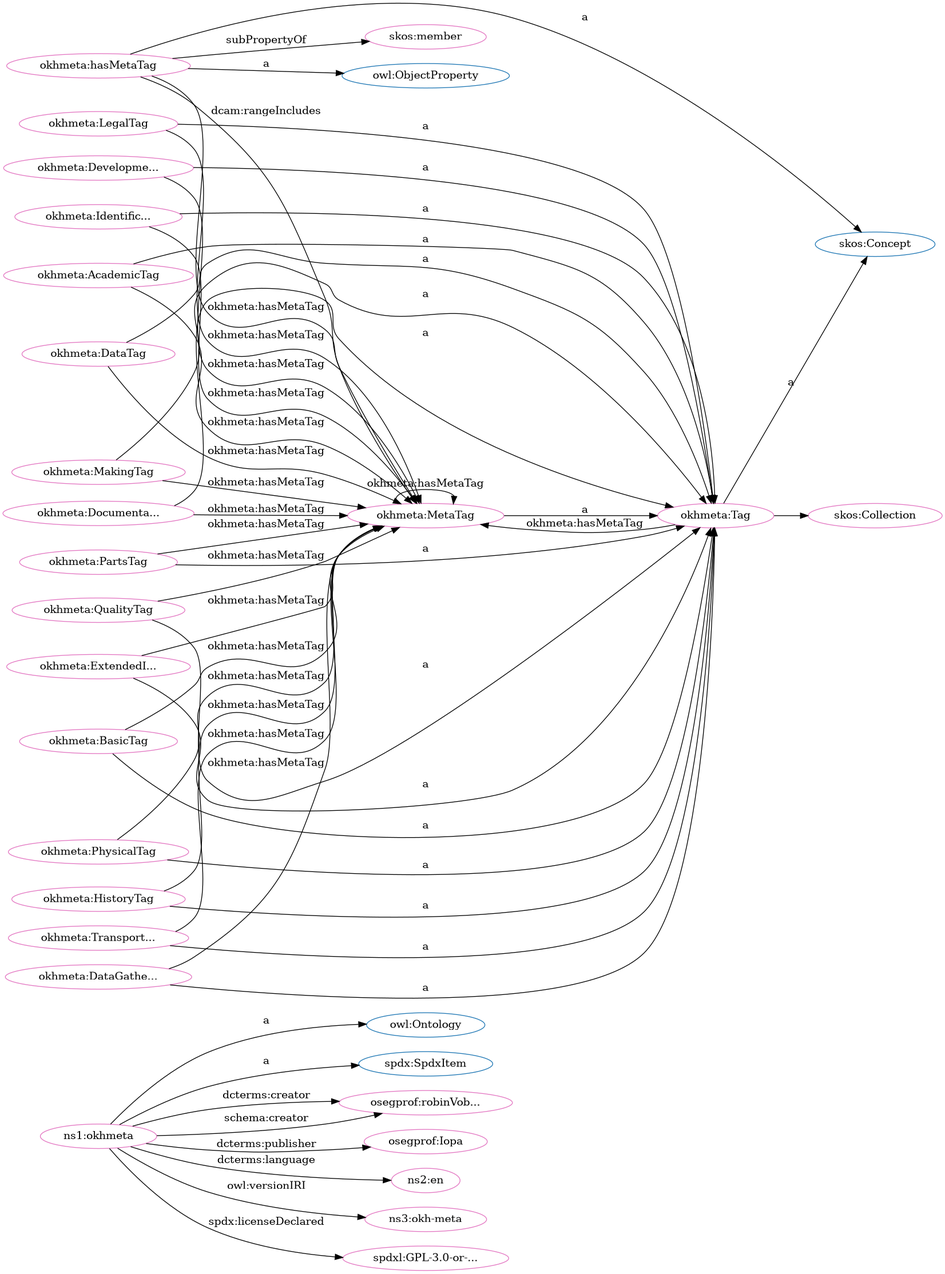
This is src/spec/dot_okh-meta.png from iop-alliance/OpenKnowHow, a Graphviz export, as it was before one commit. Its source is kept beside it as src/spec/dot_okh-meta.dot.
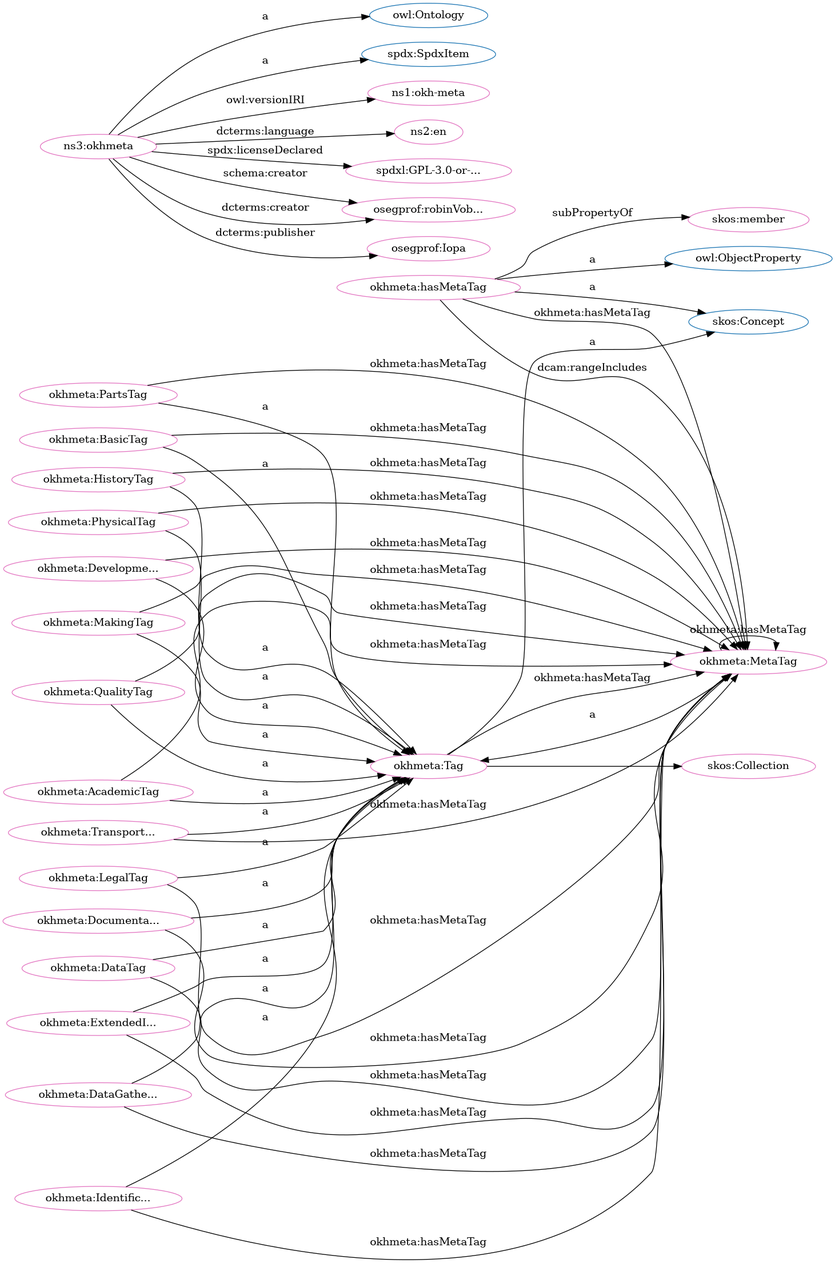
Later version of the same file.

The edit, as a diff of the source:
```diff
@@ -1,84 +1,84 @@
 digraph G {
   rankdir=BT
   node[height=.3]
+"http://www.w3.org/2004/02/skos/core#Collection" [fillcolor="#1f77b4" color="#1f77b4" label="skos:Collection"]
 "http://www.w3.org/2002/07/owl#Ontology" [fillcolor="#1f77b4" color="#1f77b4" label="owl:Ontology"]
+"http://spdx.org/rdf/terms#SpdxItem" [fillcolor="#1f77b4" color="#1f77b4" label="spdx:SpdxItem"]
 "http://www.w3.org/2002/07/owl#ObjectProperty" [fillcolor="#1f77b4" color="#1f77b4" label="owl:ObjectProperty"]
-"http://spdx.org/rdf/terms#SpdxItem" [fillcolor="#1f77b4" color="#1f77b4" label="spdx:SpdxItem"]
 "http://w3id.org/oseg/ont/okhmeta#Tag" [fillcolor="#1f77b4" color="#1f77b4" label="okhmeta:Tag"]
 "http://www.w3.org/2004/02/skos/core#Concept" [fillcolor="#1f77b4" color="#1f77b4" label="skos:Concept"]
-"http://www.w3.org/2004/02/skos/core#Collection" [fillcolor="#1f77b4" color="#1f77b4" label="skos:Collection"]
 "http://w3id.org/oseg/ont/okhmeta#MetaTag" [fillcolor="#e377c2" color="#e377c2" label="okhmeta:MetaTag"]
+"http://w3id.org/oseg/ont/okhmeta#hasMetaTag" [fillcolor="#e377c2" color="#e377c2" label="okhmeta:hasMetaTag"]
+"http://w3id.org/oseg/ont/okhmeta#DocumentationTag" [fillcolor="#e377c2" color="#e377c2" label="okhmeta:Documenta..."]
+"http://w3id.org/oseg/ont/okhmeta#HistoryTag" [fillcolor="#e377c2" color="#e377c2" label="okhmeta:HistoryTag"]
 "http://www.w3.org/2004/02/skos/core#member" [fillcolor="#e377c2" color="#e377c2" label="skos:member"]
+"http://w3id.org/oseg/ont/okhmeta#PartsTag" [fillcolor="#e377c2" color="#e377c2" label="okhmeta:PartsTag"]
+"http://w3id.org/oseg/ont/1.1.0/okh-meta" [fillcolor="#e377c2" color="#e377c2" label="ns1:okh-meta"]
+"http://w3id.org/oseg/ont/okhmeta#LegalTag" [fillcolor="#e377c2" color="#e377c2" label="okhmeta:LegalTag"]
+"http://w3id.org/oseg/ont/okhmeta#MakingTag" [fillcolor="#e377c2" color="#e377c2" label="okhmeta:MakingTag"]
+"http://w3id.org/oseg/ont/okhmeta#BasicTag" [fillcolor="#e377c2" color="#e377c2" label="okhmeta:BasicTag"]
+"http://w3id.org/oseg/ont/okhmeta#Tag" [fillcolor="#e377c2" color="#e377c2" label="okhmeta:Tag"]
+"http://id.loc.gov/vocabulary/iso639-1/en" [fillcolor="#e377c2" color="#e377c2" label="ns2:en"]
+"http://w3id.org/oseg/ont/okhmeta#DataGatheringTag" [fillcolor="#e377c2" color="#e377c2" label="okhmeta:DataGathe..."]
+"http://w3id.org/oseg/ont/okhmeta#TransportationTag" [fillcolor="#e377c2" color="#e377c2" label="okhmeta:Transport..."]
+"http://w3id.org/oseg/ont/okhmeta#IdentificationTag" [fillcolor="#e377c2" color="#e377c2" label="okhmeta:Identific..."]
+"http://w3id.org/oseg/ont/okhmeta#QualityTag" [fillcolor="#e377c2" color="#e377c2" label="okhmeta:QualityTag"]
+"http://w3id.org/oseg/ont/okhmeta" [fillcolor="#e377c2" color="#e377c2" label="ns3:okhmeta"]
+"http://spdx.org/licenses/GPL-3.0-or-later" [fillcolor="#e377c2" color="#e377c2" label="spdxl:GPL-3.0-or-..."]
+"http://w3id.org/oseg/ont/okhmeta#ExtendedInfoTag" [fillcolor="#e377c2" color="#e377c2" label="okhmeta:ExtendedI..."]
+"http://w3id.org/oseg/ont/oseg-profiles#robinVobruba" [fillcolor="#e377c2" color="#e377c2" label="osegprof:robinVob..."]
+"http://w3id.org/oseg/ont/okhmeta#AcademicTag" [fillcolor="#e377c2" color="#e377c2" label="okhmeta:AcademicTag"]
+"http://w3id.org/oseg/ont/okhmeta#DevelopmentTag" [fillcolor="#e377c2" color="#e377c2" label="okhmeta:Developme..."]
+"http://w3id.org/oseg/ont/oseg-profiles#Iopa" [fillcolor="#e377c2" color="#e377c2" label="osegprof:Iopa"]
+"http://w3id.org/oseg/ont/okhmeta#DataTag" [fillcolor="#e377c2" color="#e377c2" label="okhmeta:DataTag"]
 "http://www.w3.org/2004/02/skos/core#Collection" [fillcolor="#e377c2" color="#e377c2" label="skos:Collection"]
-"http://w3id.org/oseg/ont/okhmeta#Tag" [fillcolor="#e377c2" color="#e377c2" label="okhmeta:Tag"]
-"http://w3id.org/oseg/ont/okhmeta" [fillcolor="#e377c2" color="#e377c2" label="ns1:okhmeta"]
-"http://w3id.org/oseg/ont/okhmeta#PartsTag" [fillcolor="#e377c2" color="#e377c2" label="okhmeta:PartsTag"]
-"http://w3id.org/oseg/ont/okhmeta#hasMetaTag" [fillcolor="#e377c2" color="#e377c2" label="okhmeta:hasMetaTag"]
-"http://w3id.org/oseg/ont/oseg-profiles#robinVobruba" [fillcolor="#e377c2" color="#e377c2" label="osegprof:robinVob..."]
-"http://w3id.org/oseg/ont/okhmeta#DataGatheringTag" [fillcolor="#e377c2" color="#e377c2" label="okhmeta:DataGathe..."]
-"http://w3id.org/oseg/ont/okhmeta#DataTag" [fillcolor="#e377c2" color="#e377c2" label="okhmeta:DataTag"]
-"http://w3id.org/oseg/ont/okhmeta#BasicTag" [fillcolor="#e377c2" color="#e377c2" label="okhmeta:BasicTag"]
-"http://w3id.org/oseg/ont/okhmeta#DevelopmentTag" [fillcolor="#e377c2" color="#e377c2" label="okhmeta:Developme..."]
-"http://w3id.org/oseg/ont/okhmeta#AcademicTag" [fillcolor="#e377c2" color="#e377c2" label="okhmeta:AcademicTag"]
-"http://w3id.org/oseg/ont/okhmeta#DocumentationTag" [fillcolor="#e377c2" color="#e377c2" label="okhmeta:Documenta..."]
-"http://w3id.org/oseg/ont/okhmeta#IdentificationTag" [fillcolor="#e377c2" color="#e377c2" label="okhmeta:Identific..."]
-"http://w3id.org/oseg/ont/okhmeta#TransportationTag" [fillcolor="#e377c2" color="#e377c2" label="okhmeta:Transport..."]
-"http://w3id.org/oseg/ont/okhmeta#QualityTag" [fillcolor="#e377c2" color="#e377c2" label="okhmeta:QualityTag"]
-"http://w3id.org/oseg/ont/okhmeta#LegalTag" [fillcolor="#e377c2" color="#e377c2" label="okhmeta:LegalTag"]
-"http://w3id.org/oseg/ont/oseg-profiles#Iopa" [fillcolor="#e377c2" color="#e377c2" label="osegprof:Iopa"]
-"http://id.loc.gov/vocabulary/iso639-1/en" [fillcolor="#e377c2" color="#e377c2" label="ns2:en"]
-"http://w3id.org/oseg/ont/1.1.0/okh-meta" [fillcolor="#e377c2" color="#e377c2" label="ns3:okh-meta"]
-"http://w3id.org/oseg/ont/okhmeta#ExtendedInfoTag" [fillcolor="#e377c2" color="#e377c2" label="okhmeta:ExtendedI..."]
 "http://w3id.org/oseg/ont/okhmeta#PhysicalTag" [fillcolor="#e377c2" color="#e377c2" label="okhmeta:PhysicalTag"]
-"http://w3id.org/oseg/ont/okhmeta#HistoryTag" [fillcolor="#e377c2" color="#e377c2" label="okhmeta:HistoryTag"]
-"http://w3id.org/oseg/ont/okhmeta#MakingTag" [fillcolor="#e377c2" color="#e377c2" label="okhmeta:MakingTag"]
-"http://spdx.org/licenses/GPL-3.0-or-later" [fillcolor="#e377c2" color="#e377c2" label="spdxl:GPL-3.0-or-..."]
-  "http://w3id.org/oseg/ont/okhmeta#Tag" -> "http://www.w3.org/2004/02/skos/core#Collection" [label=""]
-  "http://w3id.org/oseg/ont/okhmeta" -> "http://spdx.org/rdf/terms#SpdxItem" [label="a"]
+  "http://w3id.org/oseg/ont/okhmeta#MetaTag" -> "http://w3id.org/oseg/ont/okhmeta#Tag" [label="a"]
+  "http://w3id.org/oseg/ont/okhmeta#IdentificationTag" -> "http://w3id.org/oseg/ont/okhmeta#MetaTag" [label="okhmeta:hasMetaTag"]
+  "http://w3id.org/oseg/ont/okhmeta#MetaTag" -> "http://w3id.org/oseg/ont/okhmeta#MetaTag" [label="okhmeta:hasMetaTag"]
+  "http://w3id.org/oseg/ont/okhmeta#hasMetaTag" -> "http://www.w3.org/2004/02/skos/core#member" [label="subPropertyOf"]
   "http://w3id.org/oseg/ont/okhmeta#PartsTag" -> "http://w3id.org/oseg/ont/okhmeta#Tag" [label="a"]
+  "http://w3id.org/oseg/ont/okhmeta" -> "http://w3id.org/oseg/ont/1.1.0/okh-meta" [label="owl:versionIRI"]
+  "http://w3id.org/oseg/ont/okhmeta#LegalTag" -> "http://w3id.org/oseg/ont/okhmeta#Tag" [label="a"]
+  "http://w3id.org/oseg/ont/okhmeta#LegalTag" -> "http://w3id.org/oseg/ont/okhmeta#MetaTag" [label="okhmeta:hasMetaTag"]
+  "http://w3id.org/oseg/ont/okhmeta#DevelopmentTag" -> "http://w3id.org/oseg/ont/okhmeta#MetaTag" [label="okhmeta:hasMetaTag"]
+  "http://w3id.org/oseg/ont/okhmeta#MakingTag" -> "http://w3id.org/oseg/ont/okhmeta#Tag" [label="a"]
+  "http://w3id.org/oseg/ont/okhmeta#Tag" -> "http://www.w3.org/2004/02/skos/core#Concept" [label="a"]
+  "http://w3id.org/oseg/ont/okhmeta" -> "http://id.loc.gov/vocabulary/iso639-1/en" [label="dcterms:language"]
+  "http://w3id.org/oseg/ont/okhmeta#IdentificationTag" -> "http://w3id.org/oseg/ont/okhmeta#Tag" [label="a"]
+  "http://w3id.org/oseg/ont/okhmeta#QualityTag" -> "http://w3id.org/oseg/ont/okhmeta#Tag" [label="a"]
+  "http://w3id.org/oseg/ont/okhmeta" -> "http://spdx.org/licenses/GPL-3.0-or-later" [label="spdx:licenseDeclared"]
+  "http://w3id.org/oseg/ont/okhmeta#ExtendedInfoTag" -> "http://w3id.org/oseg/ont/okhmeta#Tag" [label="a"]
+  "http://w3id.org/oseg/ont/okhmeta#ExtendedInfoTag" -> "http://w3id.org/oseg/ont/okhmeta#MetaTag" [label="okhmeta:hasMetaTag"]
+  "http://w3id.org/oseg/ont/okhmeta" -> "http://w3id.org/oseg/ont/oseg-profiles#robinVobruba" [label="schema:creator"]
+  "http://w3id.org/oseg/ont/okhmeta#DocumentationTag" -> "http://w3id.org/oseg/ont/okhmeta#MetaTag" [label="okhmeta:hasMetaTag"]
+  "http://w3id.org/oseg/ont/okhmeta#HistoryTag" -> "http://w3id.org/oseg/ont/okhmeta#MetaTag" [label="okhmeta:hasMetaTag"]
+  "http://w3id.org/oseg/ont/okhmeta#DevelopmentTag" -> "http://w3id.org/oseg/ont/okhmeta#Tag" [label="a"]
+  "http://w3id.org/oseg/ont/okhmeta#MakingTag" -> "http://w3id.org/oseg/ont/okhmeta#MetaTag" [label="okhmeta:hasMetaTag"]
   "http://w3id.org/oseg/ont/okhmeta#hasMetaTag" -> "http://www.w3.org/2002/07/owl#ObjectProperty" [label="a"]
+  "http://w3id.org/oseg/ont/okhmeta#BasicTag" -> "http://w3id.org/oseg/ont/okhmeta#MetaTag" [label="okhmeta:hasMetaTag"]
+  "http://w3id.org/oseg/ont/okhmeta#DataGatheringTag" -> "http://w3id.org/oseg/ont/okhmeta#MetaTag" [label="okhmeta:hasMetaTag"]
+  "http://w3id.org/oseg/ont/okhmeta#hasMetaTag" -> "http://www.w3.org/2004/02/skos/core#Concept" [label="a"]
+  "http://w3id.org/oseg/ont/okhmeta#DocumentationTag" -> "http://w3id.org/oseg/ont/okhmeta#Tag" [label="a"]
+  "http://w3id.org/oseg/ont/okhmeta#HistoryTag" -> "http://w3id.org/oseg/ont/okhmeta#Tag" [label="a"]
+  "http://w3id.org/oseg/ont/okhmeta#DataTag" -> "http://w3id.org/oseg/ont/okhmeta#MetaTag" [label="okhmeta:hasMetaTag"]
+  "http://w3id.org/oseg/ont/okhmeta#Tag" -> "http://w3id.org/oseg/ont/okhmeta#MetaTag" [label="okhmeta:hasMetaTag"]
+  "http://w3id.org/oseg/ont/okhmeta#BasicTag" -> "http://w3id.org/oseg/ont/okhmeta#Tag" [label="a"]
+  "http://w3id.org/oseg/ont/okhmeta#TransportationTag" -> "http://w3id.org/oseg/ont/okhmeta#Tag" [label="a"]
+  "http://w3id.org/oseg/ont/okhmeta#DataGatheringTag" -> "http://w3id.org/oseg/ont/okhmeta#Tag" [label="a"]
+  "http://w3id.org/oseg/ont/okhmeta#TransportationTag" -> "http://w3id.org/oseg/ont/okhmeta#MetaTag" [label="okhmeta:hasMetaTag"]
+  "http://w3id.org/oseg/ont/okhmeta#PhysicalTag" -> "http://w3id.org/oseg/ont/okhmeta#MetaTag" [label="okhmeta:hasMetaTag"]
+  "http://w3id.org/oseg/ont/okhmeta#QualityTag" -> "http://w3id.org/oseg/ont/okhmeta#MetaTag" [label="okhmeta:hasMetaTag"]
   "http://w3id.org/oseg/ont/okhmeta" -> "http://www.w3.org/2002/07/owl#Ontology" [label="a"]
-  "http://w3id.org/oseg/ont/okhmeta#DataTag" -> "http://w3id.org/oseg/ont/okhmeta#MetaTag" [label="okhmeta:hasMetaTag"]
   "http://w3id.org/oseg/ont/okhmeta" -> "http://w3id.org/oseg/ont/oseg-profiles#robinVobruba" [label="dcterms:creator"]
-  "http://w3id.org/oseg/ont/okhmeta#DataGatheringTag" -> "http://w3id.org/oseg/ont/okhmeta#Tag" [label="a"]
-  "http://w3id.org/oseg/ont/okhmeta#DataTag" -> "http://w3id.org/oseg/ont/okhmeta#Tag" [label="a"]
-  "http://w3id.org/oseg/ont/okhmeta#DevelopmentTag" -> "http://w3id.org/oseg/ont/okhmeta#Tag" [label="a"]
-  "http://w3id.org/oseg/ont/okhmeta#hasMetaTag" -> "http://www.w3.org/2004/02/skos/core#Concept" [label="a"]
-  "http://w3id.org/oseg/ont/okhmeta#QualityTag" -> "http://w3id.org/oseg/ont/okhmeta#MetaTag" [label="okhmeta:hasMetaTag"]
-  "http://w3id.org/oseg/ont/okhmeta#IdentificationTag" -> "http://w3id.org/oseg/ont/okhmeta#Tag" [label="a"]
-  "http://w3id.org/oseg/ont/okhmeta#DocumentationTag" -> "http://w3id.org/oseg/ont/okhmeta#Tag" [label="a"]
-  "http://w3id.org/oseg/ont/okhmeta#LegalTag" -> "http://w3id.org/oseg/ont/okhmeta#MetaTag" [label="okhmeta:hasMetaTag"]
-  "http://w3id.org/oseg/ont/okhmeta#TransportationTag" -> "http://w3id.org/oseg/ont/okhmeta#Tag" [label="a"]
-  "http://w3id.org/oseg/ont/okhmeta#Tag" -> "http://w3id.org/oseg/ont/okhmeta#MetaTag" [label="okhmeta:hasMetaTag"]
-  "http://w3id.org/oseg/ont/okhmeta#QualityTag" -> "http://w3id.org/oseg/ont/okhmeta#Tag" [label="a"]
-  "http://w3id.org/oseg/ont/okhmeta" -> "http://w3id.org/oseg/ont/oseg-profiles#Iopa" [label="dcterms:publisher"]
-  "http://w3id.org/oseg/ont/okhmeta#BasicTag" -> "http://w3id.org/oseg/ont/okhmeta#MetaTag" [label="okhmeta:hasMetaTag"]
-  "http://w3id.org/oseg/ont/okhmeta#MetaTag" -> "http://w3id.org/oseg/ont/okhmeta#Tag" [label="a"]
-  "http://w3id.org/oseg/ont/okhmeta#hasMetaTag" -> "http://w3id.org/oseg/ont/okhmeta#MetaTag" [label="dcam:rangeIncludes"]
-  "http://w3id.org/oseg/ont/okhmeta" -> "http://id.loc.gov/vocabulary/iso639-1/en" [label="dcterms:language"]
-  "http://w3id.org/oseg/ont/okhmeta#HistoryTag" -> "http://w3id.org/oseg/ont/okhmeta#MetaTag" [label="okhmeta:hasMetaTag"]
-  "http://w3id.org/oseg/ont/okhmeta#ExtendedInfoTag" -> "http://w3id.org/oseg/ont/okhmeta#Tag" [label="a"]
-  "http://w3id.org/oseg/ont/okhmeta#MakingTag" -> "http://w3id.org/oseg/ont/okhmeta#MetaTag" [label="okhmeta:hasMetaTag"]
-  "http://w3id.org/oseg/ont/okhmeta#PhysicalTag" -> "http://w3id.org/oseg/ont/okhmeta#Tag" [label="a"]
+  "http://w3id.org/oseg/ont/okhmeta#AcademicTag" -> "http://w3id.org/oseg/ont/okhmeta#Tag" [label="a"]
   "http://w3id.org/oseg/ont/okhmeta#AcademicTag" -> "http://w3id.org/oseg/ont/okhmeta#MetaTag" [label="okhmeta:hasMetaTag"]
   "http://w3id.org/oseg/ont/okhmeta#PartsTag" -> "http://w3id.org/oseg/ont/okhmeta#MetaTag" [label="okhmeta:hasMetaTag"]
-  "http://w3id.org/oseg/ont/okhmeta#hasMetaTag" -> "http://www.w3.org/2004/02/skos/core#member" [label="subPropertyOf"]
-  "http://w3id.org/oseg/ont/okhmeta#Tag" -> "http://www.w3.org/2004/02/skos/core#Concept" [label="a"]
-  "http://w3id.org/oseg/ont/okhmeta#DataGatheringTag" -> "http://w3id.org/oseg/ont/okhmeta#MetaTag" [label="okhmeta:hasMetaTag"]
-  "http://w3id.org/oseg/ont/okhmeta#DevelopmentTag" -> "http://w3id.org/oseg/ont/okhmeta#MetaTag" [label="okhmeta:hasMetaTag"]
-  "http://w3id.org/oseg/ont/okhmeta#BasicTag" -> "http://w3id.org/oseg/ont/okhmeta#Tag" [label="a"]
-  "http://w3id.org/oseg/ont/okhmeta#DocumentationTag" -> "http://w3id.org/oseg/ont/okhmeta#MetaTag" [label="okhmeta:hasMetaTag"]
-  "http://w3id.org/oseg/ont/okhmeta#IdentificationTag" -> "http://w3id.org/oseg/ont/okhmeta#MetaTag" [label="okhmeta:hasMetaTag"]
-  "http://w3id.org/oseg/ont/okhmeta#AcademicTag" -> "http://w3id.org/oseg/ont/okhmeta#Tag" [label="a"]
-  "http://w3id.org/oseg/ont/okhmeta#TransportationTag" -> "http://w3id.org/oseg/ont/okhmeta#MetaTag" [label="okhmeta:hasMetaTag"]
+  "http://w3id.org/oseg/ont/okhmeta" -> "http://w3id.org/oseg/ont/oseg-profiles#Iopa" [label="dcterms:publisher"]
+  "http://w3id.org/oseg/ont/okhmeta#DataTag" -> "http://w3id.org/oseg/ont/okhmeta#Tag" [label="a"]
   "http://w3id.org/oseg/ont/okhmeta#hasMetaTag" -> "http://w3id.org/oseg/ont/okhmeta#MetaTag" [label="okhmeta:hasMetaTag"]
-  "http://w3id.org/oseg/ont/okhmeta#LegalTag" -> "http://w3id.org/oseg/ont/okhmeta#Tag" [label="a"]
-  "http://w3id.org/oseg/ont/okhmeta#MetaTag" -> "http://w3id.org/oseg/ont/okhmeta#MetaTag" [label="okhmeta:hasMetaTag"]
-  "http://w3id.org/oseg/ont/okhmeta#ExtendedInfoTag" -> "http://w3id.org/oseg/ont/okhmeta#MetaTag" [label="okhmeta:hasMetaTag"]
-  "http://w3id.org/oseg/ont/okhmeta" -> "http://w3id.org/oseg/ont/oseg-profiles#robinVobruba" [label="schema:creator"]
-  "http://w3id.org/oseg/ont/okhmeta" -> "http://w3id.org/oseg/ont/1.1.0/okh-meta" [label="owl:versionIRI"]
-  "http://w3id.org/oseg/ont/okhmeta#PhysicalTag" -> "http://w3id.org/oseg/ont/okhmeta#MetaTag" [label="okhmeta:hasMetaTag"]
-  "http://w3id.org/oseg/ont/okhmeta#HistoryTag" -> "http://w3id.org/oseg/ont/okhmeta#Tag" [label="a"]
-  "http://w3id.org/oseg/ont/okhmeta#MakingTag" -> "http://w3id.org/oseg/ont/okhmeta#Tag" [label="a"]
-  "http://w3id.org/oseg/ont/okhmeta" -> "http://spdx.org/licenses/GPL-3.0-or-later" [label="spdx:licenseDeclared"]
+  "http://w3id.org/oseg/ont/okhmeta#Tag" -> "http://www.w3.org/2004/02/skos/core#Collection" [label=""]
+  "http://w3id.org/oseg/ont/okhmeta#PhysicalTag" -> "http://w3id.org/oseg/ont/okhmeta#Tag" [label="a"]
+  "http://w3id.org/oseg/ont/okhmeta#hasMetaTag" -> "http://w3id.org/oseg/ont/okhmeta#MetaTag" [label="dcam:rangeIncludes"]
+  "http://w3id.org/oseg/ont/okhmeta" -> "http://spdx.org/rdf/terms#SpdxItem" [label="a"]
 }
```
